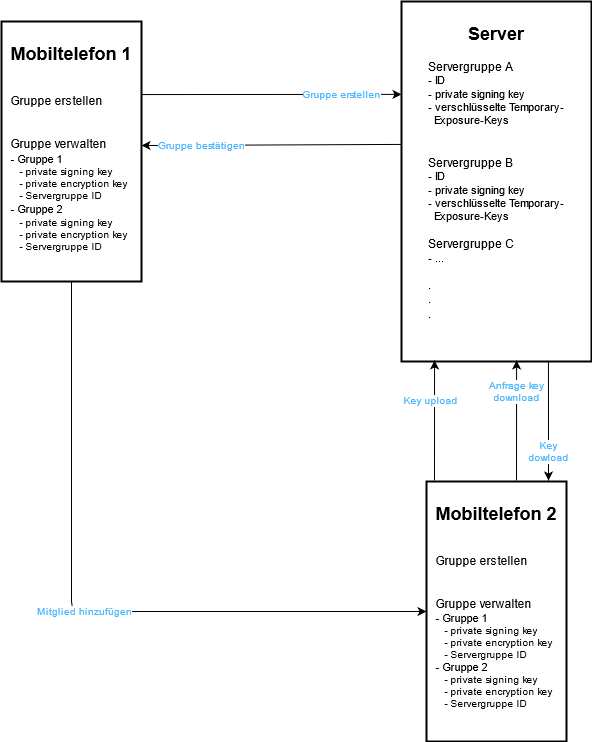
Earlier version of the draw.io export Forschungsprojekt Corona App Ausarbeitung/Familiengruppe.png (KaiBraun/DensityMap). Source tidied: cells renumbered, new cells last; positions are measured from the earlier drawing's top-left corner, leaving out a move shared by most shapes. Its diagram source:
```xml
<mxGraphModel background="#ffffff">
  <root>
    <mxCell id="0" />
    <mxCell id="1" parent="0" />
    <mxCell id="2" value="&lt;h2&gt;Mobiltelefon 1&lt;/h2&gt;&lt;div&gt;&lt;br&gt;&lt;/div&gt;&lt;div style=&quot;text-align: left&quot;&gt;Gruppe erstellen&lt;/div&gt;&lt;div&gt;&lt;br&gt;&lt;/div&gt;&lt;div&gt;&lt;br&gt;&lt;/div&gt;&lt;div style=&quot;text-align: left&quot;&gt;Gruppe verwalten&lt;/div&gt;&lt;div&gt;&lt;div style=&quot;text-align: left&quot;&gt;&lt;font style=&quot;font-size: 11px&quot;&gt;- Gruppe 1&lt;/font&gt;&lt;/div&gt;&lt;div style=&quot;font-size: 10px ; text-align: left&quot;&gt;&amp;nbsp; &amp;nbsp;- private signing key&lt;/div&gt;&lt;div style=&quot;font-size: 10px ; text-align: left&quot;&gt;&amp;nbsp; &amp;nbsp;- private encryption key&lt;/div&gt;&lt;div style=&quot;font-size: 10px ; text-align: left&quot;&gt;&amp;nbsp; &amp;nbsp;- Servergruppe ID&lt;/div&gt;&lt;div style=&quot;text-align: left&quot;&gt;&lt;font style=&quot;font-size: 11px&quot;&gt;- Gruppe 2&lt;/font&gt;&lt;/div&gt;&lt;div style=&quot;font-size: 10px ; text-align: left&quot;&gt;&lt;div&gt;&amp;nbsp; &amp;nbsp;- private signing key&lt;/div&gt;&lt;div&gt;&amp;nbsp; &amp;nbsp;- private encryption key&lt;/div&gt;&lt;div&gt;&amp;nbsp; &amp;nbsp;- Servergruppe ID&lt;/div&gt;&lt;/div&gt;&lt;/div&gt;" style="whiteSpace=wrap;html=1;strokeWidth=2;verticalAlign=top;" parent="1" vertex="1">
      <mxGeometry y="20" width="140" height="260" as="geometry" />
    </mxCell>
    <mxCell id="3" value="&lt;h2&gt;Server&lt;/h2&gt;&lt;div style=&quot;text-align: left&quot;&gt;Servergruppe A&lt;/div&gt;&lt;div style=&quot;text-align: left ; font-size: 11px&quot;&gt;&lt;font style=&quot;font-size: 11px&quot;&gt;- ID&lt;/font&gt;&lt;/div&gt;&lt;div style=&quot;text-align: left ; font-size: 11px&quot;&gt;&lt;font style=&quot;font-size: 11px&quot;&gt;- private signing key&lt;/font&gt;&lt;/div&gt;&lt;div style=&quot;text-align: left ; font-size: 11px&quot;&gt;&lt;font style=&quot;font-size: 11px&quot;&gt;- verschlüsselte Temporary-&lt;/font&gt;&lt;/div&gt;&lt;div style=&quot;text-align: left ; font-size: 11px&quot;&gt;&lt;font style=&quot;font-size: 11px&quot;&gt;&amp;nbsp; Exposure-Keys&lt;/font&gt;&lt;br&gt;&lt;/div&gt;&lt;div style=&quot;text-align: left&quot;&gt;&lt;br&gt;&lt;/div&gt;&lt;div style=&quot;text-align: left&quot;&gt;&lt;br&gt;&lt;/div&gt;&lt;div style=&quot;text-align: left&quot;&gt;Servergruppe B&lt;/div&gt;&lt;div style=&quot;text-align: left ; font-size: 11px&quot;&gt;&lt;font style=&quot;font-size: 11px&quot;&gt;- ID&lt;/font&gt;&lt;/div&gt;&lt;div style=&quot;text-align: left ; font-size: 11px&quot;&gt;&lt;font style=&quot;font-size: 11px&quot;&gt;- private signing key&lt;/font&gt;&lt;/div&gt;&lt;div style=&quot;text-align: left ; font-size: 11px&quot;&gt;&lt;font style=&quot;font-size: 11px&quot;&gt;- verschlüsselte&amp;nbsp;&lt;/font&gt;&lt;span&gt;Temporary-&lt;/span&gt;&lt;/div&gt;&lt;div style=&quot;text-align: left ; font-size: 11px&quot;&gt;&amp;nbsp; Exposure-Keys&lt;/div&gt;&lt;div style=&quot;text-align: left&quot;&gt;&lt;br&gt;&lt;/div&gt;&lt;div style=&quot;text-align: left&quot;&gt;Servergruppe C&lt;/div&gt;&lt;div style=&quot;text-align: left ; font-size: 11px&quot;&gt;&lt;font style=&quot;font-size: 11px&quot;&gt;- ...&lt;/font&gt;&lt;/div&gt;&lt;div style=&quot;text-align: left ; font-size: 11px&quot;&gt;&lt;br&gt;&lt;/div&gt;&lt;div style=&quot;text-align: left&quot;&gt;.&lt;/div&gt;&lt;div style=&quot;text-align: left&quot;&gt;.&lt;/div&gt;&lt;div style=&quot;text-align: left&quot;&gt;.&lt;/div&gt;" style="whiteSpace=wrap;html=1;strokeWidth=2;verticalAlign=top;labelBorderColor=none;" parent="1" vertex="1">
      <mxGeometry x="400" width="190" height="360" as="geometry" />
    </mxCell>
    <mxCell id="4" value="Gruppe erstellen" style="endArrow=classic;html=1;fontSize=10;fontColor=#4AB7FF;exitX=1;exitY=0.281;exitDx=0;exitDy=0;exitPerimeter=0;entryX=0;entryY=0.258;entryDx=0;entryDy=0;entryPerimeter=0;" parent="1" edge="1" source="2" target="3">
      <mxGeometry x="0.54" relative="1" as="geometry" />
    </mxCell>
    <mxCell id="5" value="&lt;h2&gt;Mobiltelefon 2&lt;/h2&gt;&lt;div&gt;&lt;br&gt;&lt;/div&gt;&lt;div style=&quot;text-align: left&quot;&gt;Gruppe erstellen&lt;/div&gt;&lt;div&gt;&lt;br&gt;&lt;/div&gt;&lt;div&gt;&lt;br&gt;&lt;/div&gt;&lt;div style=&quot;text-align: left&quot;&gt;Gruppe verwalten&lt;/div&gt;&lt;div style=&quot;font-size: 11px&quot;&gt;&lt;div style=&quot;text-align: left&quot;&gt;- Gruppe 1&lt;/div&gt;&lt;div style=&quot;text-align: left&quot;&gt;&lt;div style=&quot;font-size: 10px&quot;&gt;&amp;nbsp; &amp;nbsp;- private signing key&lt;/div&gt;&lt;div style=&quot;font-size: 10px&quot;&gt;&amp;nbsp; &amp;nbsp;- private encryption key&lt;/div&gt;&lt;div style=&quot;font-size: 10px&quot;&gt;&amp;nbsp; &amp;nbsp;- Servergruppe ID&lt;/div&gt;&lt;/div&gt;&lt;div style=&quot;text-align: left&quot;&gt;- Gruppe 2&lt;/div&gt;&lt;div style=&quot;text-align: left&quot;&gt;&lt;div style=&quot;font-size: 10px&quot;&gt;&amp;nbsp; &amp;nbsp;- private signing key&lt;/div&gt;&lt;div style=&quot;font-size: 10px&quot;&gt;&amp;nbsp; &amp;nbsp;- private encryption key&lt;/div&gt;&lt;div style=&quot;font-size: 10px&quot;&gt;&amp;nbsp; &amp;nbsp;- Servergruppe ID&lt;/div&gt;&lt;/div&gt;&lt;/div&gt;" style="whiteSpace=wrap;html=1;strokeWidth=2;verticalAlign=top;" parent="1" vertex="1">
      <mxGeometry x="425" y="480" width="140" height="260" as="geometry" />
    </mxCell>
    <mxCell id="6" value="Mitglied hinzufügen" style="endArrow=classic;html=1;fontSize=10;fontColor=#4AB7FF;exitX=0.5;exitY=1;exitDx=0;exitDy=0;entryX=0;entryY=0.5;entryDx=0;entryDy=0;" parent="1" edge="1" source="2" target="5">
      <mxGeometry relative="1" as="geometry">
        <Array as="points">
          <mxPoint x="70" y="610" />
        </Array>
      </mxGeometry>
    </mxCell>
    <mxCell id="7" value="Gruppe bestätigen" style="endArrow=classic;html=1;fontSize=10;fontColor=#4AB7FF;exitX=0;exitY=0.397;exitDx=0;exitDy=0;exitPerimeter=0;entryX=1;entryY=0.477;entryDx=0;entryDy=0;entryPerimeter=0;" parent="1" edge="1" source="3" target="2">
      <mxGeometry x="0.54" relative="1" as="geometry" />
    </mxCell>
    <mxCell id="8" value="Anfrage key&lt;br&gt;download" style="endArrow=classic;html=1;fontSize=10;fontColor=#4AB7FF;exitX=0.543;exitY=-0.004;exitDx=0;exitDy=0;exitPerimeter=0;entryX=0.532;entryY=0.997;entryDx=0;entryDy=0;entryPerimeter=0;" parent="1" edge="1">
      <mxGeometry x="0.48" relative="1" as="geometry">
        <mxPoint x="515" y="479" as="sourcePoint" />
        <mxPoint x="515.1" y="358.9" as="targetPoint" />
      </mxGeometry>
    </mxCell>
    <mxCell id="9" value="Key upload" style="endArrow=classic;html=1;fontSize=10;fontColor=#4AB7FF;exitX=0.057;exitY=-0.004;exitDx=0;exitDy=0;entryX=0.174;entryY=0.997;entryDx=0;entryDy=0;exitPerimeter=0;entryPerimeter=0;" parent="1" edge="1" source="5" target="3">
      <mxGeometry x="0.34" y="4" relative="1" as="geometry" />
    </mxCell>
    <mxCell id="10" value="Key &lt;br&gt;dowload" style="endArrow=classic;html=1;fontSize=10;fontColor=#4AB7FF;exitX=0.805;exitY=1;exitDx=0;exitDy=0;exitPerimeter=0;" parent="1" edge="1">
      <mxGeometry x="0.51" relative="1" as="geometry">
        <mxPoint x="547" y="360" as="sourcePoint" />
        <mxPoint x="547" y="479" as="targetPoint" />
      </mxGeometry>
    </mxCell>
  </root>
</mxGraphModel>
```
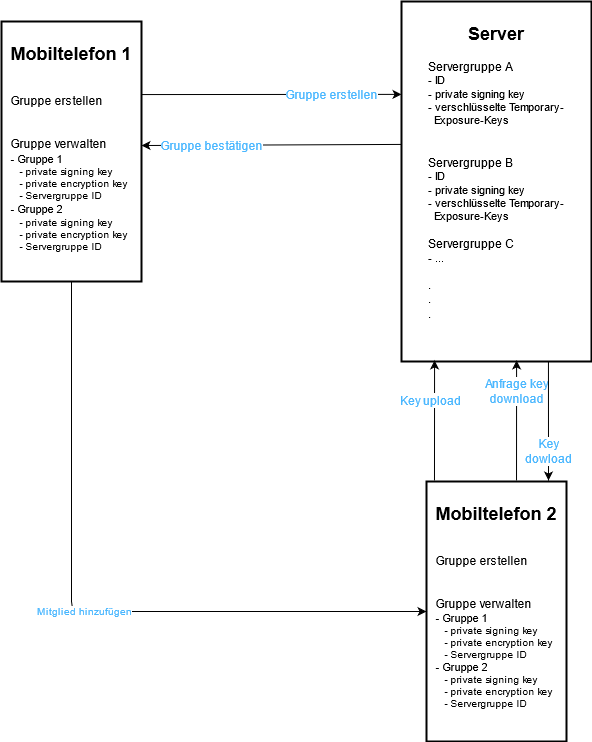
After the commit.

Commit message:
Abbildung angepasst

Diff of the diagram source:
```diff
@@ -8,8 +8,8 @@
     <mxCell id="3" value="&lt;h2&gt;Server&lt;/h2&gt;&lt;div style=&quot;text-align: left&quot;&gt;Servergruppe A&lt;/div&gt;&lt;div style=&quot;text-align: left ; font-size: 11px&quot;&gt;&lt;font style=&quot;font-size: 11px&quot;&gt;- ID&lt;/font&gt;&lt;/div&gt;&lt;div style=&quot;text-align: left ; font-size: 11px&quot;&gt;&lt;font style=&quot;font-size: 11px&quot;&gt;- private signing key&lt;/font&gt;&lt;/div&gt;&lt;div style=&quot;text-align: left ; font-size: 11px&quot;&gt;&lt;font style=&quot;font-size: 11px&quot;&gt;- verschlüsselte Temporary-&lt;/font&gt;&lt;/div&gt;&lt;div style=&quot;text-align: left ; font-size: 11px&quot;&gt;&lt;font style=&quot;font-size: 11px&quot;&gt;&amp;nbsp; Exposure-Keys&lt;/font&gt;&lt;br&gt;&lt;/div&gt;&lt;div style=&quot;text-align: left&quot;&gt;&lt;br&gt;&lt;/div&gt;&lt;div style=&quot;text-align: left&quot;&gt;&lt;br&gt;&lt;/div&gt;&lt;div style=&quot;text-align: left&quot;&gt;Servergruppe B&lt;/div&gt;&lt;div style=&quot;text-align: left ; font-size: 11px&quot;&gt;&lt;font style=&quot;font-size: 11px&quot;&gt;- ID&lt;/font&gt;&lt;/div&gt;&lt;div style=&quot;text-align: left ; font-size: 11px&quot;&gt;&lt;font style=&quot;font-size: 11px&quot;&gt;- private signing key&lt;/font&gt;&lt;/div&gt;&lt;div style=&quot;text-align: left ; font-size: 11px&quot;&gt;&lt;font style=&quot;font-size: 11px&quot;&gt;- verschlüsselte&amp;nbsp;&lt;/font&gt;&lt;span&gt;Temporary-&lt;/span&gt;&lt;/div&gt;&lt;div style=&quot;text-align: left ; font-size: 11px&quot;&gt;&amp;nbsp; Exposure-Keys&lt;/div&gt;&lt;div style=&quot;text-align: left&quot;&gt;&lt;br&gt;&lt;/div&gt;&lt;div style=&quot;text-align: left&quot;&gt;Servergruppe C&lt;/div&gt;&lt;div style=&quot;text-align: left ; font-size: 11px&quot;&gt;&lt;font style=&quot;font-size: 11px&quot;&gt;- ...&lt;/font&gt;&lt;/div&gt;&lt;div style=&quot;text-align: left ; font-size: 11px&quot;&gt;&lt;br&gt;&lt;/div&gt;&lt;div style=&quot;text-align: left&quot;&gt;.&lt;/div&gt;&lt;div style=&quot;text-align: left&quot;&gt;.&lt;/div&gt;&lt;div style=&quot;text-align: left&quot;&gt;.&lt;/div&gt;" style="whiteSpace=wrap;html=1;strokeWidth=2;verticalAlign=top;labelBorderColor=none;" parent="1" vertex="1">
       <mxGeometry x="400" width="190" height="360" as="geometry" />
     </mxCell>
-    <mxCell id="4" value="Gruppe erstellen" style="endArrow=classic;html=1;fontSize=10;fontColor=#4AB7FF;exitX=1;exitY=0.281;exitDx=0;exitDy=0;exitPerimeter=0;entryX=0;entryY=0.258;entryDx=0;entryDy=0;entryPerimeter=0;" parent="1" edge="1" source="2" target="3">
-      <mxGeometry x="0.54" relative="1" as="geometry" />
+    <mxCell id="4" value="&lt;font style=&quot;font-size: 12px&quot;&gt;Gruppe erstellen&lt;/font&gt;" style="endArrow=classic;html=1;fontSize=10;fontColor=#4AB7FF;exitX=1;exitY=0.281;exitDx=0;exitDy=0;exitPerimeter=0;entryX=0;entryY=0.258;entryDx=0;entryDy=0;entryPerimeter=0;" parent="1" edge="1" source="2" target="3">
+      <mxGeometry x="0.46" relative="1" as="geometry" />
     </mxCell>
     <mxCell id="5" value="&lt;h2&gt;Mobiltelefon 2&lt;/h2&gt;&lt;div&gt;&lt;br&gt;&lt;/div&gt;&lt;div style=&quot;text-align: left&quot;&gt;Gruppe erstellen&lt;/div&gt;&lt;div&gt;&lt;br&gt;&lt;/div&gt;&lt;div&gt;&lt;br&gt;&lt;/div&gt;&lt;div style=&quot;text-align: left&quot;&gt;Gruppe verwalten&lt;/div&gt;&lt;div style=&quot;font-size: 11px&quot;&gt;&lt;div style=&quot;text-align: left&quot;&gt;- Gruppe 1&lt;/div&gt;&lt;div style=&quot;text-align: left&quot;&gt;&lt;div style=&quot;font-size: 10px&quot;&gt;&amp;nbsp; &amp;nbsp;- private signing key&lt;/div&gt;&lt;div style=&quot;font-size: 10px&quot;&gt;&amp;nbsp; &amp;nbsp;- private encryption key&lt;/div&gt;&lt;div style=&quot;font-size: 10px&quot;&gt;&amp;nbsp; &amp;nbsp;- Servergruppe ID&lt;/div&gt;&lt;/div&gt;&lt;div style=&quot;text-align: left&quot;&gt;- Gruppe 2&lt;/div&gt;&lt;div style=&quot;text-align: left&quot;&gt;&lt;div style=&quot;font-size: 10px&quot;&gt;&amp;nbsp; &amp;nbsp;- private signing key&lt;/div&gt;&lt;div style=&quot;font-size: 10px&quot;&gt;&amp;nbsp; &amp;nbsp;- private encryption key&lt;/div&gt;&lt;div style=&quot;font-size: 10px&quot;&gt;&amp;nbsp; &amp;nbsp;- Servergruppe ID&lt;/div&gt;&lt;/div&gt;&lt;/div&gt;" style="whiteSpace=wrap;html=1;strokeWidth=2;verticalAlign=top;" parent="1" vertex="1">
       <mxGeometry x="425" y="480" width="140" height="260" as="geometry" />
@@ -21,19 +21,19 @@
         </Array>
       </mxGeometry>
     </mxCell>
-    <mxCell id="7" value="Gruppe bestätigen" style="endArrow=classic;html=1;fontSize=10;fontColor=#4AB7FF;exitX=0;exitY=0.397;exitDx=0;exitDy=0;exitPerimeter=0;entryX=1;entryY=0.477;entryDx=0;entryDy=0;entryPerimeter=0;" parent="1" edge="1" source="3" target="2">
-      <mxGeometry x="0.54" relative="1" as="geometry" />
+    <mxCell id="7" value="&lt;font style=&quot;font-size: 12px&quot;&gt;Gruppe bestätigen&lt;/font&gt;" style="endArrow=classic;html=1;fontSize=10;fontColor=#4AB7FF;exitX=0;exitY=0.397;exitDx=0;exitDy=0;exitPerimeter=0;entryX=1;entryY=0.477;entryDx=0;entryDy=0;entryPerimeter=0;" parent="1" edge="1" source="3" target="2">
+      <mxGeometry x="0.46" relative="1" as="geometry" />
     </mxCell>
-    <mxCell id="8" value="Anfrage key&lt;br&gt;download" style="endArrow=classic;html=1;fontSize=10;fontColor=#4AB7FF;exitX=0.543;exitY=-0.004;exitDx=0;exitDy=0;exitPerimeter=0;entryX=0.532;entryY=0.997;entryDx=0;entryDy=0;entryPerimeter=0;" parent="1" edge="1">
+    <mxCell id="8" value="&lt;font style=&quot;font-size: 12px&quot;&gt;Anfrage key&lt;br&gt;download&lt;/font&gt;" style="endArrow=classic;html=1;fontSize=10;fontColor=#4AB7FF;exitX=0.543;exitY=-0.004;exitDx=0;exitDy=0;exitPerimeter=0;entryX=0.532;entryY=0.997;entryDx=0;entryDy=0;entryPerimeter=0;" parent="1" edge="1">
       <mxGeometry x="0.48" relative="1" as="geometry">
         <mxPoint x="515" y="479" as="sourcePoint" />
         <mxPoint x="515.1" y="358.9" as="targetPoint" />
       </mxGeometry>
     </mxCell>
-    <mxCell id="9" value="Key upload" style="endArrow=classic;html=1;fontSize=10;fontColor=#4AB7FF;exitX=0.057;exitY=-0.004;exitDx=0;exitDy=0;entryX=0.174;entryY=0.997;entryDx=0;entryDy=0;exitPerimeter=0;entryPerimeter=0;" parent="1" edge="1" source="5" target="3">
+    <mxCell id="9" value="&lt;font style=&quot;font-size: 12px&quot;&gt;Key upload&lt;/font&gt;" style="endArrow=classic;html=1;fontSize=10;fontColor=#4AB7FF;exitX=0.057;exitY=-0.004;exitDx=0;exitDy=0;entryX=0.174;entryY=0.997;entryDx=0;entryDy=0;exitPerimeter=0;entryPerimeter=0;" parent="1" edge="1" source="5" target="3">
       <mxGeometry x="0.34" y="4" relative="1" as="geometry" />
     </mxCell>
-    <mxCell id="10" value="Key &lt;br&gt;dowload" style="endArrow=classic;html=1;fontSize=10;fontColor=#4AB7FF;exitX=0.805;exitY=1;exitDx=0;exitDy=0;exitPerimeter=0;" parent="1" edge="1">
+    <mxCell id="10" value="&lt;font style=&quot;font-size: 12px&quot;&gt;Key &lt;br&gt;dowload&lt;/font&gt;" style="endArrow=classic;html=1;fontSize=10;fontColor=#4AB7FF;exitX=0.805;exitY=1;exitDx=0;exitDy=0;exitPerimeter=0;" parent="1" edge="1">
       <mxGeometry x="0.51" relative="1" as="geometry">
         <mxPoint x="547" y="360" as="sourcePoint" />
         <mxPoint x="547" y="479" as="targetPoint" />
```
